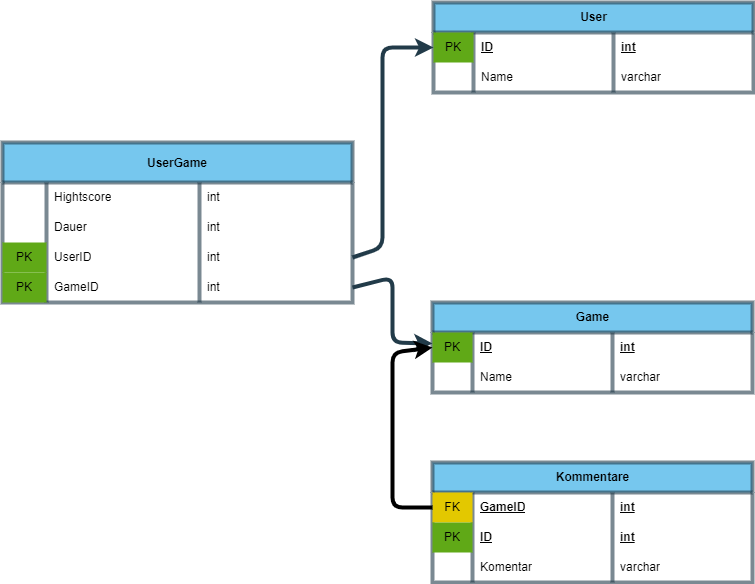
Above: SQL/Datenbank.png in Technikoo/Games (draw.io), before the change. Source tidied: cells renumbered, new cells last; positions are measured from the earlier drawing's top-left corner, leaving out a move shared by most shapes. Source of this version:
```xml
<mxGraphModel background="#FFFFFF">
  <root>
    <mxCell id="0" />
    <mxCell id="1" parent="0" />
    <mxCell id="2" value="User" style="shape=table;startSize=30;rowLines=0;fontStyle=1;shadow=0;fillColor=#1ba1e2;fontColor=#000000;strokeColor=#223b49;opacity=60;strokeWidth=4;html=1;verticalAlign=middle;" parent="1" vertex="1">
      <mxGeometry x="431" width="320" height="90" as="geometry" />
    </mxCell>
    <mxCell id="3" style="shape=tableRow;horizontal=0;startSize=0;swimlaneHead=0;swimlaneBody=0;top=0;left=0;bottom=0;right=0;fillColor=none;shadow=0;strokeWidth=4;fontColor=#000000;strokeColor=#223b49;" parent="2" vertex="1">
      <mxGeometry y="30" width="320" height="30" as="geometry" />
    </mxCell>
    <mxCell id="4" value="PK" style="shape=partialRectangle;html=1;whiteSpace=wrap;fillColor=#60a917;top=0;left=0;bottom=0;right=0;overflow=hidden;shadow=0;fontColor=#000000;strokeColor=#223b49;strokeWidth=4;perimeterSpacing=2;" parent="3" vertex="1">
      <mxGeometry width="40" height="30" as="geometry" />
    </mxCell>
    <mxCell id="5" value="ID" style="shape=partialRectangle;html=1;whiteSpace=wrap;fillColor=none;top=0;left=0;bottom=0;right=0;align=left;spacingLeft=6;overflow=hidden;shadow=0;strokeWidth=4;fontStyle=5;labelBorderColor=none;fontColor=#000000;strokeColor=#223b49;" parent="3" vertex="1">
      <mxGeometry x="40" width="140" height="30" as="geometry" />
    </mxCell>
    <mxCell id="6" value="int" style="shape=partialRectangle;html=1;whiteSpace=wrap;fillColor=none;top=0;left=0;bottom=0;right=0;align=left;spacingLeft=6;overflow=hidden;shadow=0;strokeWidth=4;fontStyle=5;labelBorderColor=none;fontColor=#000000;strokeColor=#223b49;" parent="3" vertex="1">
      <mxGeometry x="180" width="140" height="30" as="geometry" />
    </mxCell>
    <mxCell id="7" style="shape=tableRow;horizontal=0;startSize=0;swimlaneHead=0;swimlaneBody=0;top=0;left=0;bottom=0;right=0;fillColor=none;shadow=0;strokeWidth=4;fontColor=#000000;strokeColor=#223b49;" parent="2" vertex="1">
      <mxGeometry y="60" width="320" height="30" as="geometry" />
    </mxCell>
    <mxCell id="8" style="shape=partialRectangle;html=1;whiteSpace=wrap;top=0;left=0;bottom=0;right=0;overflow=hidden;shadow=0;fillColor=none;strokeWidth=4;fontColor=#000000;strokeColor=#223b49;" parent="7" vertex="1">
      <mxGeometry width="40" height="30" as="geometry" />
    </mxCell>
    <mxCell id="9" value="Name" style="shape=partialRectangle;html=1;whiteSpace=wrap;fillColor=none;top=0;left=0;bottom=0;right=0;align=left;spacingLeft=6;overflow=hidden;shadow=0;strokeWidth=4;fontColor=#000000;strokeColor=#223b49;" parent="7" vertex="1">
      <mxGeometry x="40" width="140" height="30" as="geometry" />
    </mxCell>
    <mxCell id="10" value="varchar" style="shape=partialRectangle;html=1;whiteSpace=wrap;fillColor=none;top=0;left=0;bottom=0;right=0;align=left;spacingLeft=6;overflow=hidden;shadow=0;strokeWidth=4;fontColor=#000000;strokeColor=#223b49;" parent="7" vertex="1">
      <mxGeometry x="180" width="140" height="30" as="geometry" />
    </mxCell>
    <mxCell id="11" value="Game" style="shape=table;startSize=30;rowLines=0;fontStyle=1;shadow=0;fillColor=#1ba1e2;fontColor=#000000;strokeColor=#223b49;opacity=60;strokeWidth=4;html=1;verticalAlign=middle;" parent="1" vertex="1">
      <mxGeometry x="430" y="300" width="320" height="90" as="geometry" />
    </mxCell>
    <mxCell id="12" style="shape=tableRow;horizontal=0;startSize=0;swimlaneHead=0;swimlaneBody=0;top=0;left=0;bottom=0;right=0;fillColor=none;points=[[0,0.5],[1,0.5]];portConstraint=eastwest;shadow=0;strokeWidth=4;fontColor=#000000;strokeColor=#223b49;" parent="11" vertex="1">
      <mxGeometry y="30" width="320" height="30" as="geometry" />
    </mxCell>
    <mxCell id="13" value="PK" style="shape=partialRectangle;html=1;whiteSpace=wrap;fillColor=#60a917;top=0;left=0;bottom=0;right=0;overflow=hidden;shadow=0;fontColor=#000000;strokeColor=#223b49;strokeWidth=4;perimeterSpacing=2;" parent="12" vertex="1">
      <mxGeometry width="40" height="30" as="geometry" />
    </mxCell>
    <mxCell id="14" value="ID" style="shape=partialRectangle;html=1;whiteSpace=wrap;fillColor=none;top=0;left=0;bottom=0;right=0;align=left;spacingLeft=6;overflow=hidden;shadow=0;strokeWidth=4;fontStyle=5;labelBorderColor=none;fontColor=#000000;strokeColor=#223b49;" parent="12" vertex="1">
      <mxGeometry x="40" width="140" height="30" as="geometry" />
    </mxCell>
    <mxCell id="15" value="int" style="shape=partialRectangle;html=1;whiteSpace=wrap;fillColor=none;top=0;left=0;bottom=0;right=0;align=left;spacingLeft=6;overflow=hidden;shadow=0;strokeWidth=4;fontStyle=5;labelBorderColor=none;fontColor=#000000;strokeColor=#223b49;" parent="12" vertex="1">
      <mxGeometry x="180" width="140" height="30" as="geometry" />
    </mxCell>
    <mxCell id="16" style="shape=tableRow;horizontal=0;startSize=0;swimlaneHead=0;swimlaneBody=0;top=0;left=0;bottom=0;right=0;fillColor=none;shadow=0;strokeWidth=4;fontColor=#000000;strokeColor=#223b49;" parent="11" vertex="1">
      <mxGeometry y="60" width="320" height="30" as="geometry" />
    </mxCell>
    <mxCell id="17" style="shape=partialRectangle;html=1;whiteSpace=wrap;top=0;left=0;bottom=0;right=0;overflow=hidden;shadow=0;fillColor=none;strokeWidth=4;fontColor=#000000;strokeColor=#223b49;" parent="16" vertex="1">
      <mxGeometry width="40" height="30" as="geometry" />
    </mxCell>
    <mxCell id="18" value="Name" style="shape=partialRectangle;html=1;whiteSpace=wrap;fillColor=none;top=0;left=0;bottom=0;right=0;align=left;spacingLeft=6;overflow=hidden;shadow=0;strokeWidth=4;fontColor=#000000;strokeColor=#223b49;" parent="16" vertex="1">
      <mxGeometry x="40" width="140" height="30" as="geometry" />
    </mxCell>
    <mxCell id="19" value="varchar" style="shape=partialRectangle;html=1;whiteSpace=wrap;fillColor=none;top=0;left=0;bottom=0;right=0;align=left;spacingLeft=6;overflow=hidden;shadow=0;strokeWidth=4;fontColor=#000000;strokeColor=#223b49;" parent="16" vertex="1">
      <mxGeometry x="180" width="140" height="30" as="geometry" />
    </mxCell>
    <mxCell id="20" value="UserGame" style="shape=table;startSize=40;rowLines=0;fontStyle=1;shadow=0;fillColor=#1ba1e2;fontColor=#000000;strokeColor=#223b49;opacity=60;strokeWidth=4;" parent="1" vertex="1">
      <mxGeometry y="140" width="350" height="160" as="geometry" />
    </mxCell>
    <mxCell id="21" style="shape=tableRow;horizontal=0;startSize=0;swimlaneHead=0;swimlaneBody=0;top=0;left=0;bottom=0;right=0;fillColor=none;shadow=0;strokeWidth=4;fontColor=#000000;strokeColor=#223b49;" parent="20" vertex="1">
      <mxGeometry y="40" width="350" height="30" as="geometry" />
    </mxCell>
    <mxCell id="22" style="shape=partialRectangle;html=1;whiteSpace=wrap;fillColor=none;top=0;left=0;bottom=0;right=0;overflow=hidden;shadow=0;fontColor=#000000;strokeColor=#223b49;strokeWidth=4;" parent="21" vertex="1">
      <mxGeometry width="44" height="30" as="geometry" />
    </mxCell>
    <mxCell id="23" value="Hightscore" style="shape=partialRectangle;html=1;whiteSpace=wrap;fillColor=none;top=0;left=0;bottom=0;right=0;align=left;spacingLeft=6;overflow=hidden;shadow=0;strokeWidth=4;perimeterSpacing=0;fontColor=#000000;strokeColor=#223b49;" parent="21" vertex="1">
      <mxGeometry x="44" width="153" height="30" as="geometry" />
    </mxCell>
    <mxCell id="24" value="int" style="shape=partialRectangle;html=1;whiteSpace=wrap;fillColor=none;top=0;left=0;bottom=0;right=0;align=left;spacingLeft=6;overflow=hidden;shadow=0;strokeWidth=4;fontColor=#000000;strokeColor=#223b49;" parent="21" vertex="1">
      <mxGeometry x="197" width="153" height="30" as="geometry" />
    </mxCell>
    <mxCell id="25" style="shape=tableRow;horizontal=0;startSize=0;swimlaneHead=0;swimlaneBody=0;top=0;left=0;bottom=0;right=0;fillColor=none;shadow=0;strokeWidth=4;fontColor=#000000;strokeColor=#223b49;" parent="20" vertex="1">
      <mxGeometry y="70" width="350" height="30" as="geometry" />
    </mxCell>
    <mxCell id="26" style="shape=partialRectangle;html=1;whiteSpace=wrap;fillColor=none;top=0;left=0;bottom=0;right=0;overflow=hidden;shadow=0;fontColor=#000000;strokeColor=#223b49;strokeWidth=4;" parent="25" vertex="1">
      <mxGeometry width="44" height="30" as="geometry" />
    </mxCell>
    <mxCell id="27" value="Dauer" style="shape=partialRectangle;html=1;whiteSpace=wrap;fillColor=none;top=0;left=0;bottom=0;right=0;align=left;spacingLeft=6;overflow=hidden;shadow=0;strokeWidth=4;perimeterSpacing=0;fontColor=#000000;strokeColor=#223b49;" parent="25" vertex="1">
      <mxGeometry x="44" width="153" height="30" as="geometry" />
    </mxCell>
    <mxCell id="28" value="int" style="shape=partialRectangle;html=1;whiteSpace=wrap;fillColor=none;top=0;left=0;bottom=0;right=0;align=left;spacingLeft=6;overflow=hidden;shadow=0;strokeWidth=4;fontColor=#000000;strokeColor=#223b49;" parent="25" vertex="1">
      <mxGeometry x="197" width="153" height="30" as="geometry" />
    </mxCell>
    <mxCell id="29" style="shape=tableRow;horizontal=0;startSize=0;swimlaneHead=0;swimlaneBody=0;top=0;left=0;bottom=0;right=0;fillColor=none;points=[[0,0.5],[1,0.5]];portConstraint=eastwest;shadow=0;strokeWidth=4;fontColor=#000000;strokeColor=#223b49;" parent="20" vertex="1">
      <mxGeometry y="100" width="350" height="30" as="geometry" />
    </mxCell>
    <mxCell id="30" value="PK" style="shape=partialRectangle;html=1;whiteSpace=wrap;top=0;left=0;bottom=0;right=0;overflow=hidden;shadow=0;fillColor=#60a917;fontColor=#000000;strokeColor=#223b49;strokeWidth=4;" parent="29" vertex="1">
      <mxGeometry width="44" height="30" as="geometry" />
    </mxCell>
    <mxCell id="31" value="UserID" style="shape=partialRectangle;html=1;whiteSpace=wrap;fillColor=none;top=0;left=0;bottom=0;right=0;align=left;spacingLeft=6;overflow=hidden;shadow=0;strokeWidth=4;fontColor=#000000;strokeColor=#223b49;" parent="29" vertex="1">
      <mxGeometry x="44" width="153" height="30" as="geometry" />
    </mxCell>
    <mxCell id="32" value="int" style="shape=partialRectangle;html=1;whiteSpace=wrap;fillColor=none;top=0;left=0;bottom=0;right=0;align=left;spacingLeft=6;overflow=hidden;shadow=0;strokeWidth=4;fontColor=#000000;strokeColor=#223b49;" parent="29" vertex="1">
      <mxGeometry x="197" width="153" height="30" as="geometry" />
    </mxCell>
    <mxCell id="33" style="shape=tableRow;horizontal=0;startSize=0;swimlaneHead=0;swimlaneBody=0;top=0;left=0;bottom=0;right=0;fillColor=none;points=[[0,0.5],[1,0.5]];portConstraint=eastwest;shadow=0;strokeWidth=4;fontColor=#000000;strokeColor=#223b49;" parent="20" vertex="1">
      <mxGeometry y="130" width="350" height="30" as="geometry" />
    </mxCell>
    <mxCell id="34" value="PK" style="shape=partialRectangle;html=1;whiteSpace=wrap;top=0;left=0;bottom=0;right=0;overflow=hidden;shadow=0;fillColor=#60a917;fontColor=#000000;strokeColor=#223b49;strokeWidth=4;" parent="33" vertex="1">
      <mxGeometry width="44" height="30" as="geometry" />
    </mxCell>
    <mxCell id="35" value="GameID" style="shape=partialRectangle;html=1;whiteSpace=wrap;fillColor=none;top=0;left=0;bottom=0;right=0;align=left;spacingLeft=6;overflow=hidden;shadow=0;strokeWidth=4;fontColor=#000000;strokeColor=#223b49;" parent="33" vertex="1">
      <mxGeometry x="44" width="153" height="30" as="geometry" />
    </mxCell>
    <mxCell id="36" value="int" style="shape=partialRectangle;html=1;whiteSpace=wrap;fillColor=none;top=0;left=0;bottom=0;right=0;align=left;spacingLeft=6;overflow=hidden;shadow=0;strokeWidth=4;fontColor=#000000;strokeColor=#223b49;" parent="33" vertex="1">
      <mxGeometry x="197" width="153" height="30" as="geometry" />
    </mxCell>
    <mxCell id="37" style="edgeStyle=none;html=1;strokeWidth=4;exitX=1;exitY=0.5;exitDx=0;exitDy=0;fontColor=#000000;strokeColor=#223b49;" parent="1" edge="1" source="33" target="12">
      <mxGeometry relative="1" as="geometry">
        <Array as="points">
          <mxPoint x="390" y="275" />
          <mxPoint x="390" y="340" />
        </Array>
      </mxGeometry>
    </mxCell>
    <mxCell id="38" style="edgeStyle=none;html=1;entryX=0;entryY=0.5;entryDx=0;entryDy=0;strokeWidth=4;exitX=1;exitY=0.5;exitDx=0;exitDy=0;fontColor=#000000;strokeColor=#223b49;" parent="1" edge="1" source="29" target="2">
      <mxGeometry relative="1" as="geometry">
        <Array as="points">
          <mxPoint x="380" y="245" />
          <mxPoint x="380" y="45" />
        </Array>
      </mxGeometry>
    </mxCell>
    <mxCell id="39" value="Kommentare" style="shape=table;startSize=30;rowLines=0;fontStyle=1;shadow=0;fillColor=#1ba1e2;fontColor=#000000;strokeColor=#223b49;opacity=60;strokeWidth=4;html=1;verticalAlign=middle;" parent="1" vertex="1">
      <mxGeometry x="430" y="460" width="320" height="120" as="geometry" />
    </mxCell>
    <mxCell id="40" style="shape=tableRow;horizontal=0;startSize=0;swimlaneHead=0;swimlaneBody=0;top=0;left=0;bottom=0;right=0;fillColor=none;points=[[0,0.5],[1,0.5]];portConstraint=eastwest;shadow=0;strokeWidth=4;fontColor=#000000;strokeColor=#223b49;" parent="39" vertex="1">
      <mxGeometry y="30" width="320" height="30" as="geometry" />
    </mxCell>
    <mxCell id="41" value="FK" style="shape=partialRectangle;html=1;whiteSpace=wrap;fillColor=#e3c800;top=0;left=0;bottom=0;right=0;overflow=hidden;shadow=0;fontColor=#000000;strokeColor=#B09500;strokeWidth=4;perimeterSpacing=2;" parent="40" vertex="1">
      <mxGeometry width="40" height="30" as="geometry" />
    </mxCell>
    <mxCell id="42" value="GameID" style="shape=partialRectangle;html=1;whiteSpace=wrap;fillColor=none;top=0;left=0;bottom=0;right=0;align=left;spacingLeft=6;overflow=hidden;shadow=0;strokeWidth=4;fontStyle=5;labelBorderColor=none;fontColor=#000000;strokeColor=#223b49;" parent="40" vertex="1">
      <mxGeometry x="40" width="140" height="30" as="geometry" />
    </mxCell>
    <mxCell id="43" value="int" style="shape=partialRectangle;html=1;whiteSpace=wrap;fillColor=none;top=0;left=0;bottom=0;right=0;align=left;spacingLeft=6;overflow=hidden;shadow=0;strokeWidth=4;fontStyle=5;labelBorderColor=none;fontColor=#000000;strokeColor=#223b49;" parent="40" vertex="1">
      <mxGeometry x="180" width="140" height="30" as="geometry" />
    </mxCell>
    <mxCell id="44" style="shape=tableRow;horizontal=0;startSize=0;swimlaneHead=0;swimlaneBody=0;top=0;left=0;bottom=0;right=0;fillColor=none;shadow=0;strokeWidth=4;fontColor=#000000;strokeColor=#223b49;" parent="39" vertex="1">
      <mxGeometry y="60" width="320" height="30" as="geometry" />
    </mxCell>
    <mxCell id="45" value="PK" style="shape=partialRectangle;html=1;whiteSpace=wrap;fillColor=#60a917;top=0;left=0;bottom=0;right=0;overflow=hidden;shadow=0;fontColor=#000000;strokeColor=#223b49;strokeWidth=4;perimeterSpacing=2;" parent="44" vertex="1">
      <mxGeometry width="40" height="30" as="geometry" />
    </mxCell>
    <mxCell id="46" value="ID" style="shape=partialRectangle;html=1;whiteSpace=wrap;fillColor=none;top=0;left=0;bottom=0;right=0;align=left;spacingLeft=6;overflow=hidden;shadow=0;strokeWidth=4;fontStyle=5;labelBorderColor=none;fontColor=#000000;strokeColor=#223b49;" parent="44" vertex="1">
      <mxGeometry x="40" width="140" height="30" as="geometry" />
    </mxCell>
    <mxCell id="47" value="int" style="shape=partialRectangle;html=1;whiteSpace=wrap;fillColor=none;top=0;left=0;bottom=0;right=0;align=left;spacingLeft=6;overflow=hidden;shadow=0;strokeWidth=4;fontStyle=5;labelBorderColor=none;fontColor=#000000;strokeColor=#223b49;" parent="44" vertex="1">
      <mxGeometry x="180" width="140" height="30" as="geometry" />
    </mxCell>
    <mxCell id="48" style="shape=tableRow;horizontal=0;startSize=0;swimlaneHead=0;swimlaneBody=0;top=0;left=0;bottom=0;right=0;fillColor=none;shadow=0;strokeWidth=4;fontColor=#000000;strokeColor=#223b49;" parent="39" vertex="1">
      <mxGeometry y="90" width="320" height="30" as="geometry" />
    </mxCell>
    <mxCell id="49" style="shape=partialRectangle;html=1;whiteSpace=wrap;top=0;left=0;bottom=0;right=0;overflow=hidden;shadow=0;fillColor=none;strokeWidth=4;fontColor=#000000;strokeColor=#223b49;" parent="48" vertex="1">
      <mxGeometry width="40" height="30" as="geometry" />
    </mxCell>
    <mxCell id="50" value="Komentar" style="shape=partialRectangle;html=1;whiteSpace=wrap;fillColor=none;top=0;left=0;bottom=0;right=0;align=left;spacingLeft=6;overflow=hidden;shadow=0;strokeWidth=4;fontColor=#000000;strokeColor=#223b49;" parent="48" vertex="1">
      <mxGeometry x="40" width="140" height="30" as="geometry" />
    </mxCell>
    <mxCell id="51" value="varchar" style="shape=partialRectangle;html=1;whiteSpace=wrap;fillColor=none;top=0;left=0;bottom=0;right=0;align=left;spacingLeft=6;overflow=hidden;shadow=0;strokeWidth=4;fontColor=#000000;strokeColor=#223b49;" parent="48" vertex="1">
      <mxGeometry x="180" width="140" height="30" as="geometry" />
    </mxCell>
    <mxCell id="52" style="edgeStyle=none;html=1;exitX=0;exitY=0.5;exitDx=0;exitDy=0;strokeColor=#000000;entryX=0;entryY=0.5;entryDx=0;entryDy=0;strokeWidth=4;" parent="1" edge="1" source="40" target="11">
      <mxGeometry relative="1" as="geometry">
        <Array as="points">
          <mxPoint x="390" y="505" />
          <mxPoint x="390" y="350" />
        </Array>
      </mxGeometry>
    </mxCell>
  </root>
</mxGraphModel>
```
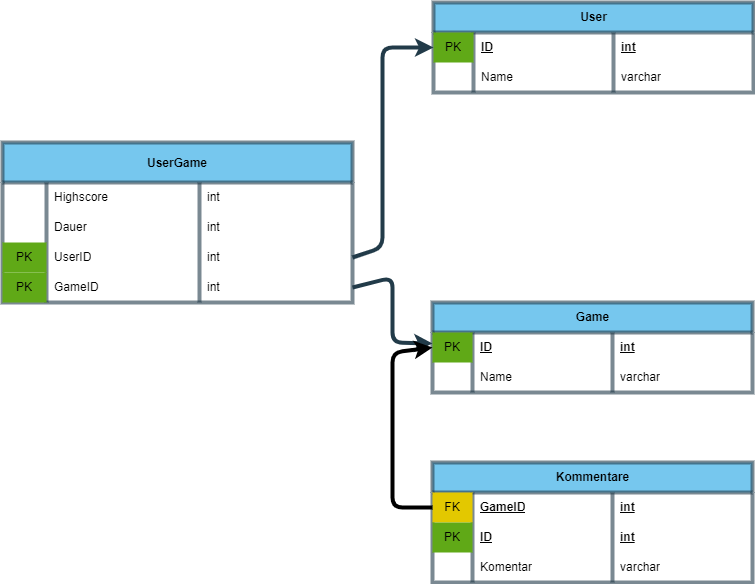
Later version of the same file.

The edit, as a diff of the source:
```diff
@@ -65,7 +65,7 @@
     <mxCell id="22" style="shape=partialRectangle;html=1;whiteSpace=wrap;fillColor=none;top=0;left=0;bottom=0;right=0;overflow=hidden;shadow=0;fontColor=#000000;strokeColor=#223b49;strokeWidth=4;" parent="21" vertex="1">
       <mxGeometry width="44" height="30" as="geometry" />
     </mxCell>
-    <mxCell id="23" value="Hightscore" style="shape=partialRectangle;html=1;whiteSpace=wrap;fillColor=none;top=0;left=0;bottom=0;right=0;align=left;spacingLeft=6;overflow=hidden;shadow=0;strokeWidth=4;perimeterSpacing=0;fontColor=#000000;strokeColor=#223b49;" parent="21" vertex="1">
+    <mxCell id="23" value="Highscore" style="shape=partialRectangle;html=1;whiteSpace=wrap;fillColor=none;top=0;left=0;bottom=0;right=0;align=left;spacingLeft=6;overflow=hidden;shadow=0;strokeWidth=4;perimeterSpacing=0;fontColor=#000000;strokeColor=#223b49;" parent="21" vertex="1">
       <mxGeometry x="44" width="153" height="30" as="geometry" />
     </mxCell>
     <mxCell id="24" value="int" style="shape=partialRectangle;html=1;whiteSpace=wrap;fillColor=none;top=0;left=0;bottom=0;right=0;align=left;spacingLeft=6;overflow=hidden;shadow=0;strokeWidth=4;fontColor=#000000;strokeColor=#223b49;" parent="21" vertex="1">
```
